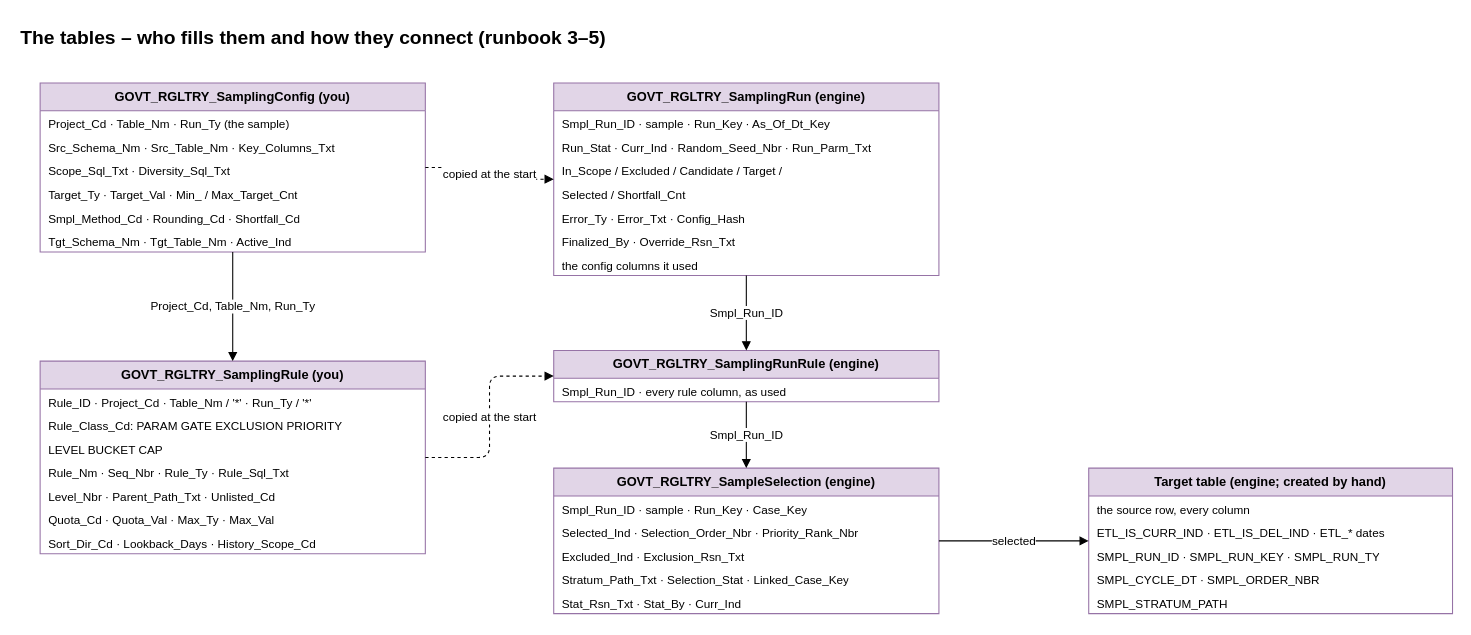
The draw.io diagram airflow_resources/docs/diagrams/pages/08_tables.drawio in trinathgundavaram/sampling, before the edit. Source tidied: cells renumbered, new cells numbered last; positions are measured from the earlier drawing's top-left corner, leaving out a move shared by most shapes. Both pictures are drawn from the tidied source at 107%, with x=0, y=0 at pixel (18, 18).
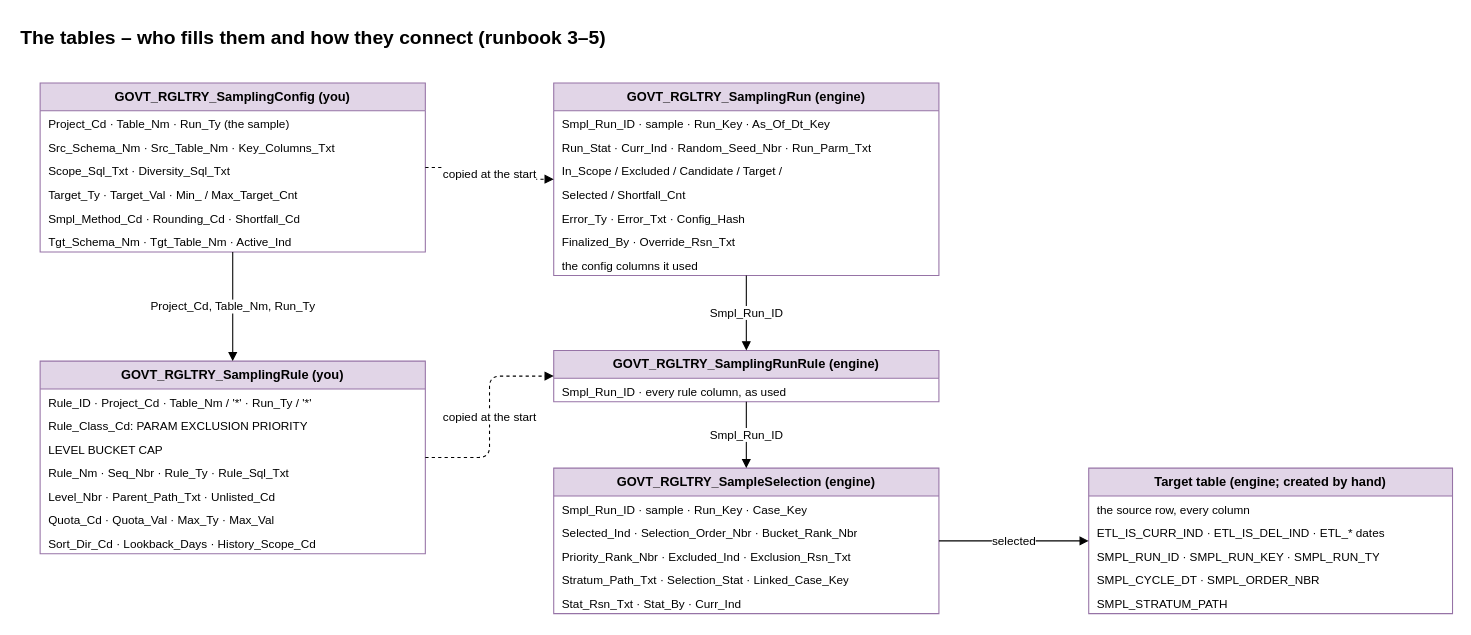
Above is the later version.

The change refers to these unchanged cells:
```xml
<mxCell id="10" value="GOVT_RGLTRY_SamplingRule  (you)" style="swimlane;fontStyle=1;horizontal=1;startSize=26;fillColor=#e1d5e7;strokeColor=#9673a6;html=1;whiteSpace=wrap;" parent="1" vertex="1">
  <mxGeometry x="20" y="320" width="360" height="180" as="geometry" />
</mxCell>
<mxCell id="28" value="GOVT_RGLTRY_SampleSelection  (engine)" style="swimlane;fontStyle=1;horizontal=1;startSize=26;fillColor=#e1d5e7;strokeColor=#9673a6;html=1;whiteSpace=wrap;" parent="1" vertex="1">
  <mxGeometry x="500" y="420" width="360" height="136" as="geometry" />
</mxCell>
```

The edit, as a diff of the source:
```diff
@@
-    <mxCell id="12" value="Rule_Class_Cd: PARAM GATE EXCLUSION PRIORITY" style="text;strokeColor=none;fillColor=none;align=left;verticalAlign=top;spacingLeft=6;spacingRight=4;overflow=hidden;html=1;whiteSpace=wrap;fontSize=11;" parent="10" vertex="1">
+    <mxCell id="12" value="Rule_Class_Cd: PARAM EXCLUSION PRIORITY" style="text;strokeColor=none;fillColor=none;align=left;verticalAlign=top;spacingLeft=6;spacingRight=4;overflow=hidden;html=1;whiteSpace=wrap;fontSize=11;" parent="10" vertex="1">
       <mxGeometry y="48" width="360" height="22" as="geometry" />
     </mxCell>
@@
-    <mxCell id="30" value="Selected_Ind · Selection_Order_Nbr · Priority_Rank_Nbr" style="text;strokeColor=none;fillColor=none;align=left;verticalAlign=top;spacingLeft=6;spacingRight=4;overflow=hidden;html=1;whiteSpace=wrap;fontSize=11;" parent="28" vertex="1">
+    <mxCell id="30" value="Selected_Ind · Selection_Order_Nbr · Bucket_Rank_Nbr" style="text;strokeColor=none;fillColor=none;align=left;verticalAlign=top;spacingLeft=6;spacingRight=4;overflow=hidden;html=1;whiteSpace=wrap;fontSize=11;" parent="28" vertex="1">
       <mxGeometry y="48" width="360" height="22" as="geometry" />
     </mxCell>
-    <mxCell id="31" value="Excluded_Ind · Exclusion_Rsn_Txt" style="text;strokeColor=none;fillColor=none;align=left;verticalAlign=top;spacingLeft=6;spacingRight=4;overflow=hidden;html=1;whiteSpace=wrap;fontSize=11;" parent="28" vertex="1">
+    <mxCell id="31" value="Priority_Rank_Nbr · Excluded_Ind · Exclusion_Rsn_Txt" style="text;strokeColor=none;fillColor=none;align=left;verticalAlign=top;spacingLeft=6;spacingRight=4;overflow=hidden;html=1;whiteSpace=wrap;fontSize=11;" parent="28" vertex="1">
       <mxGeometry y="70" width="360" height="22" as="geometry" />
     </mxCell>
```
